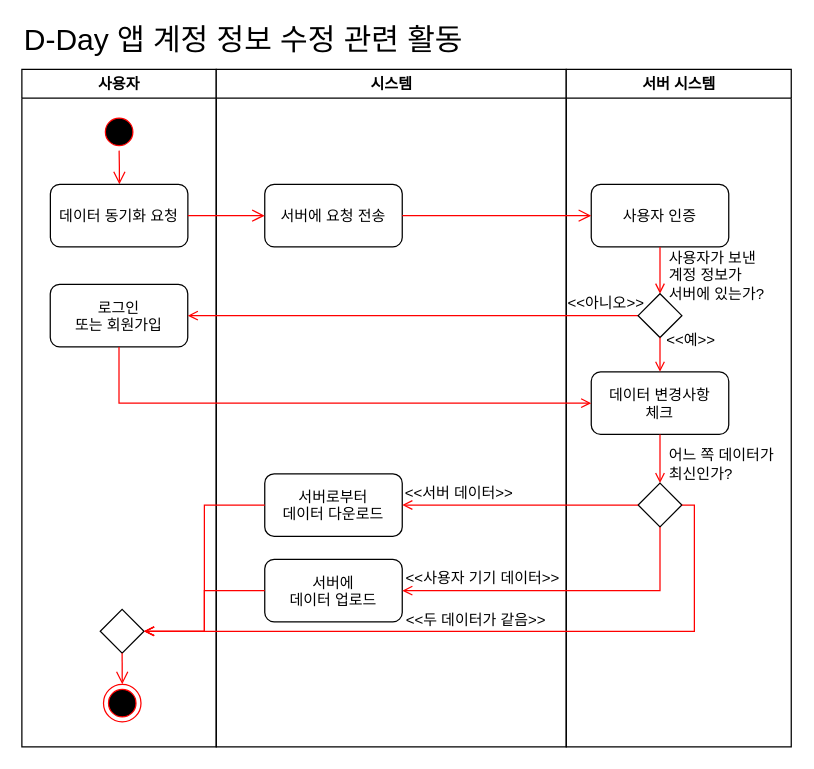
Earlier version of the draw.io diagram activity diagram - userinfoupdate.drawio (baechuTree/softwareEngineering). Source tidied: cells renumbered, new cells numbered last; positions are measured from the earlier drawing's top-left corner, leaving out a move shared by most shapes. Both pictures are drawn from the tidied source at 125%, with x=0, y=0 at pixel (21, 21).
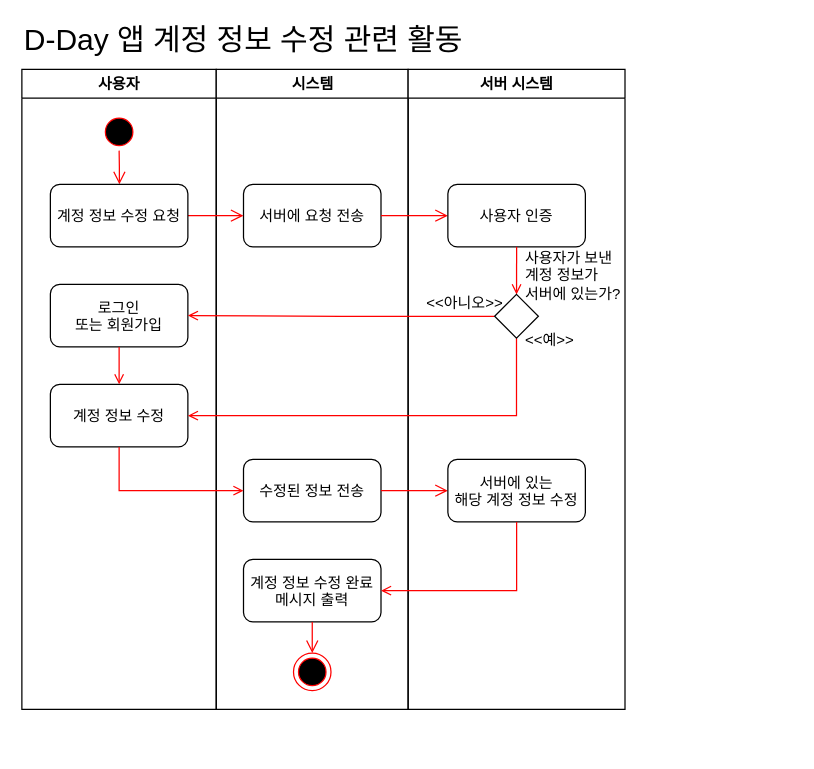
After the change.

The edit, as a diff of the source:
```diff
@@
     <mxCell id="2" value="사용자" style="swimlane;whiteSpace=wrap;startSize=23;" parent="1" vertex="1">
-      <mxGeometry y="38" width="155.5" height="542" as="geometry" />
+      <mxGeometry y="38" width="155.5" height="512" as="geometry" />
     </mxCell>
+    <mxCell id="20" value="계정 정보 수정" style="rounded=1;" parent="2" vertex="1">
+      <mxGeometry x="22.8" y="252" width="110" height="50" as="geometry" />
+    </mxCell>
+    <mxCell id="25" value="로그인&#10;또는 회원가입" style="rounded=1;" parent="2" vertex="1">
+      <mxGeometry x="22.8" y="172" width="110" height="50" as="geometry" />
+    </mxCell>
+    <mxCell id="28" style="rounded=0;jettySize=auto;html=1;endArrow=open;endFill=0;strokeColor=#FF0000;exitX=0.5;exitY=1;exitDx=0;exitDy=0;entryX=0.5;entryY=0;entryDx=0;entryDy=0;" parent="2" edge="1" source="25" target="20">
+      <mxGeometry relative="1" as="geometry" />
+    </mxCell>
+    <mxCell id="6" value="시스템" style="swimlane;whiteSpace=wrap;" parent="1" vertex="1">
+      <mxGeometry x="155.5" y="38" width="153.5" height="512" as="geometry" />
+    </mxCell>
+    <mxCell id="7" value="서버에 요청 전송" style="rounded=1;" parent="6" vertex="1">
+      <mxGeometry x="21.8" y="92" width="110" height="50" as="geometry" />
+    </mxCell>
+    <mxCell id="39" value="수정된 정보 전송" style="rounded=1;" parent="6" vertex="1">
+      <mxGeometry x="21.8" y="312" width="110" height="50" as="geometry" />
+    </mxCell>
+    <mxCell id="40" style="ellipse;shape=endState;fillColor=#000000;strokeColor=#ff0000;" parent="6" vertex="1">
+      <mxGeometry x="61.8" y="467" width="30" height="30" as="geometry" />
+    </mxCell>
+    <mxCell id="41" value="계정 정보 수정 완료&#10;메시지 출력" style="rounded=1;" parent="6" vertex="1">
+      <mxGeometry x="21.8" y="392" width="110" height="50" as="geometry" />
+    </mxCell>
+    <mxCell id="42" style="edgeStyle=none;curved=1;rounded=0;jettySize=auto;html=1;fontSize=12;startSize=8;endSize=8;strokeColor=#FF0000;endArrow=open;endFill=0;entryX=0.5;entryY=0;entryDx=0;entryDy=0;exitX=0.5;exitY=1;exitDx=0;exitDy=0;" parent="6" edge="1" source="41" target="40">
+      <mxGeometry relative="1" as="geometry" />
+    </mxCell>
+    <mxCell id="18" value="D-Day 앱 계정 정보 수정 관련 활동" style="text;html=1;align=left;verticalAlign=middle;whiteSpace=wrap;rounded=0;fontSize=24;" parent="1" vertex="1">
+      <mxGeometry width="385.5" height="30" as="geometry" />
+    </mxCell>
+    <mxCell id="19" value="서버 시스템" style="swimlane;whiteSpace=wrap;startSize=23;" parent="1" vertex="1">
+      <mxGeometry x="309" y="38" width="173.5" height="512" as="geometry" />
+    </mxCell>
+    <mxCell id="34" style="edgeStyle=none;curved=1;rounded=0;jettySize=auto;html=1;fontSize=12;startSize=8;endSize=8;strokeColor=#FF0000;endArrow=open;endFill=0;entryX=0;entryY=0.5;entryDx=0;entryDy=0;" parent="1" edge="1" source="5" target="7">
+      <mxGeometry relative="1" as="geometry" />
+    </mxCell>
+    <mxCell id="35" style="edgeStyle=none;curved=1;rounded=0;jettySize=auto;html=1;fontSize=12;startSize=8;endSize=8;strokeColor=#FF0000;endArrow=open;endFill=0;entryX=0;entryY=0.5;entryDx=0;entryDy=0;exitX=1;exitY=0.5;exitDx=0;exitDy=0;" parent="1" edge="1" source="7" target="22">
+      <mxGeometry relative="1" as="geometry" />
+    </mxCell>
+    <mxCell id="26" style="edgeStyle=orthogonalEdgeStyle;rounded=0;jettySize=auto;html=1;endArrow=open;endFill=0;strokeColor=#FF0000;entryX=1;entryY=0.5;entryDx=0;entryDy=0;exitX=0;exitY=0.5;exitDx=0;exitDy=0;" parent="1" edge="1" source="29" target="25">
+      <mxGeometry relative="1" as="geometry" />
+    </mxCell>
+    <mxCell id="33" style="endArrow=open;strokeColor=#FF0000;endFill=1;rounded=0;exitX=0.5;exitY=1;exitDx=0;exitDy=0;entryX=1;entryY=0.5;entryDx=0;entryDy=0;edgeStyle=orthogonalEdgeStyle;" parent="1" edge="1" source="29" target="20">
+      <mxGeometry relative="1" as="geometry" />
+    </mxCell>
-    <mxCell id="3" style="ellipse;shape=startState;fillColor=#000000;strokeColor=#ff0000;" parent="2" vertex="1">
-      <mxGeometry x="62.8" y="35" width="30" height="30" as="geometry" />
+    <mxCell id="3" style="ellipse;shape=startState;fillColor=#000000;strokeColor=#ff0000;" parent="1" vertex="1">
+      <mxGeometry x="62.8" y="73" width="30" height="30" as="geometry" />
     </mxCell>
-    <mxCell id="4" style="edgeStyle=elbowEdgeStyle;elbow=horizontal;verticalAlign=bottom;endArrow=open;endSize=8;strokeColor=#FF0000;endFill=1;rounded=0;" parent="2" edge="1" source="3" target="5">
-      <mxGeometry x="90" y="40" as="geometry" />
+    <mxCell id="4" style="edgeStyle=elbowEdgeStyle;elbow=horizontal;verticalAlign=bottom;endArrow=open;endSize=8;strokeColor=#FF0000;endFill=1;rounded=0;" parent="1" edge="1" source="3" target="5">
+      <mxGeometry x="191" y="158" as="geometry" />
     </mxCell>
-    <mxCell id="5" value="데이터 동기화 요청" style="rounded=1;" parent="2" vertex="1">
-      <mxGeometry x="22.8" y="92" width="110" height="50" as="geometry" />
+    <mxCell id="5" value="계정 정보 수정 요청" style="rounded=1;" parent="1" vertex="1">
+      <mxGeometry x="22.8" y="130" width="110" height="50" as="geometry" />
     </mxCell>
-    <mxCell id="6" value="시스템" style="swimlane;whiteSpace=wrap;" parent="1" vertex="1">
-      <mxGeometry x="155.5" y="38" width="280" height="542" as="geometry" />
-    </mxCell>
-    <mxCell id="7" value="서버에 요청 전송" style="rounded=1;" parent="6" vertex="1">
-      <mxGeometry x="38.8" y="92" width="110" height="50" as="geometry" />
-    </mxCell>
-    <mxCell id="8" style="ellipse;shape=endState;fillColor=#000000;strokeColor=#ff0000;" parent="6" vertex="1">
-      <mxGeometry x="-90.2" y="492" width="30" height="30" as="geometry" />
-    </mxCell>
-    <mxCell id="9" style="rhombus;whiteSpace=wrap;html=1;" parent="6" vertex="1">
-      <mxGeometry x="-92.8" y="432" width="35" height="35" as="geometry" />
-    </mxCell>
-    <mxCell id="10" style="rounded=0;jettySize=auto;html=1;fontSize=12;startSize=8;endSize=8;strokeColor=#FF0000;endArrow=open;endFill=0;exitX=0.5;exitY=1;exitDx=0;exitDy=0;entryX=0.5;entryY=0;entryDx=0;entryDy=0;" parent="6" edge="1" source="9" target="8">
-      <mxGeometry relative="1" as="geometry" />
-    </mxCell>
-    <mxCell id="11" value="&amp;lt;&amp;lt;두 데이터가 같음&amp;gt;&amp;gt;" style="text;html=1;align=center;verticalAlign=middle;whiteSpace=wrap;rounded=0;" parent="6" vertex="1">
-      <mxGeometry x="149.8" y="426" width="117" height="30" as="geometry" />
-    </mxCell>
-    <mxCell id="12" value="서버에&#10;데이터 업로드" style="rounded=1;" parent="6" vertex="1">
-      <mxGeometry x="38.8" y="392" width="110" height="50" as="geometry" />
-    </mxCell>
-    <mxCell id="13" value="&amp;lt;&amp;lt;사용자 기기 데이터&amp;gt;&amp;gt;" style="text;html=1;align=center;verticalAlign=middle;whiteSpace=wrap;rounded=0;" parent="6" vertex="1">
-      <mxGeometry x="148.8" y="392" width="130" height="30" as="geometry" />
-    </mxCell>
-    <mxCell id="14" style="endArrow=open;strokeColor=#FF0000;endFill=1;rounded=0;entryX=1;entryY=0.5;entryDx=0;entryDy=0;exitX=0;exitY=0.5;exitDx=0;exitDy=0;edgeStyle=orthogonalEdgeStyle;" parent="6" edge="1" source="12" target="9">
-      <mxGeometry relative="1" as="geometry" />
-    </mxCell>
-    <mxCell id="15" value="서버로부터&#10;데이터 다운로드" style="rounded=1;" parent="6" vertex="1">
-      <mxGeometry x="38.8" y="323.5" width="110" height="50" as="geometry" />
-    </mxCell>
-    <mxCell id="16" style="endArrow=open;strokeColor=#FF0000;endFill=1;rounded=0;entryX=1;entryY=0.5;entryDx=0;entryDy=0;exitX=0;exitY=0.5;exitDx=0;exitDy=0;edgeStyle=orthogonalEdgeStyle;" parent="6" edge="1" source="15" target="9">
-      <mxGeometry relative="1" as="geometry" />
-    </mxCell>
-    <mxCell id="17" value="&amp;lt;&amp;lt;서버 데이터&amp;gt;&amp;gt;" style="text;html=1;align=center;verticalAlign=middle;whiteSpace=wrap;rounded=0;" parent="6" vertex="1">
-      <mxGeometry x="149.8" y="323.5" width="90" height="30" as="geometry" />
-    </mxCell>
-    <mxCell id="18" value="D-Day 앱 계정 정보 수정 관련 활동" style="text;html=1;align=left;verticalAlign=middle;whiteSpace=wrap;rounded=0;fontSize=24;" parent="1" vertex="1">
-      <mxGeometry width="385.5" height="30" as="geometry" />
-    </mxCell>
-    <mxCell id="19" value="서버 시스템" style="swimlane;whiteSpace=wrap;startSize=23;" parent="1" vertex="1">
-      <mxGeometry x="435.5" y="38" width="180" height="542" as="geometry" />
-    </mxCell>
-    <mxCell id="20" value="데이터 변경사항&#10;체크" style="rounded=1;" parent="19" vertex="1">
-      <mxGeometry x="20" y="242" width="110" height="50" as="geometry" />
-    </mxCell>
-    <mxCell id="21" style="endArrow=open;strokeColor=#FF0000;endFill=1;rounded=0;entryX=0.5;entryY=0;entryDx=0;entryDy=0;exitX=0.25;exitY=1;exitDx=0;exitDy=0;" parent="19" edge="1" target="31">
-      <mxGeometry relative="1" as="geometry">
-        <mxPoint x="75" y="292" as="sourcePoint" />
-      </mxGeometry>
-    </mxCell>
+    <mxCell id="43" style="endArrow=open;strokeColor=#FF0000;endFill=1;rounded=0;exitX=0.5;exitY=1;exitDx=0;exitDy=0;entryX=0;entryY=0.5;entryDx=0;entryDy=0;edgeStyle=orthogonalEdgeStyle;" parent="1" edge="1" source="20" target="39">
+      <mxGeometry relative="1" as="geometry">
+        <Array as="points">
+          <mxPoint x="78" y="375" />
+        </Array>
+      </mxGeometry>
+    </mxCell>
+    <mxCell id="44" style="edgeStyle=none;curved=1;rounded=0;jettySize=auto;html=1;fontSize=12;startSize=8;endSize=8;strokeColor=#FF0000;endArrow=open;endFill=0;entryX=0;entryY=0.5;entryDx=0;entryDy=0;exitX=1;exitY=0.5;exitDx=0;exitDy=0;" parent="1" edge="1" source="39" target="45">
+      <mxGeometry relative="1" as="geometry" />
+    </mxCell>
+    <mxCell id="45" value="서버에 있는&#10;해당 계정 정보 수정" style="rounded=1;" parent="1" vertex="1">
+      <mxGeometry x="340.8" y="350" width="110" height="50" as="geometry" />
+    </mxCell>
-    <mxCell id="22" value="사용자 인증" style="rounded=1;" parent="19" vertex="1">
-      <mxGeometry x="20" y="92" width="110" height="50" as="geometry" />
+    <mxCell id="22" value="사용자 인증" style="rounded=1;" parent="1" vertex="1">
+      <mxGeometry x="340.8" y="130" width="110" height="50" as="geometry" />
     </mxCell>
-    <mxCell id="23" value="&lt;div&gt;사용자가 보낸&lt;/div&gt;&lt;div&gt;계정 정보가&lt;/div&gt;&lt;div&gt;서버에 있는가?&lt;/div&gt;" style="text;html=1;align=left;verticalAlign=middle;whiteSpace=wrap;rounded=0;" parent="19" vertex="1">
-      <mxGeometry x="80" y="150" width="90" height="30" as="geometry" />
+    <mxCell id="23" value="&lt;div&gt;사용자가 보낸&lt;/div&gt;&lt;div&gt;계정 정보가&lt;/div&gt;&lt;div&gt;서버에 있는가?&lt;/div&gt;" style="text;html=1;align=left;verticalAlign=middle;whiteSpace=wrap;rounded=0;" parent="1" vertex="1">
+      <mxGeometry x="401" y="188" width="90" height="30" as="geometry" />
     </mxCell>
-    <mxCell id="24" style="endArrow=open;strokeColor=#FF0000;endFill=1;rounded=0;exitX=0.5;exitY=1;exitDx=0;exitDy=0;" parent="19" edge="1" source="22" target="29">
+    <mxCell id="24" style="endArrow=open;strokeColor=#FF0000;endFill=1;rounded=0;exitX=0.5;exitY=1;exitDx=0;exitDy=0;" parent="1" edge="1" source="22" target="29">
       <mxGeometry relative="1" as="geometry" />
     </mxCell>
-    <mxCell id="25" value="로그인&#10;또는 회원가입" style="rounded=1;" parent="19" vertex="1">
-      <mxGeometry x="-412.8" y="172" width="110" height="50" as="geometry" />
-    </mxCell>
-    <mxCell id="26" style="edgeStyle=orthogonalEdgeStyle;rounded=0;jettySize=auto;html=1;endArrow=open;endFill=0;strokeColor=#FF0000;entryX=1;entryY=0.5;entryDx=0;entryDy=0;exitX=0;exitY=0.5;exitDx=0;exitDy=0;" parent="19" edge="1" source="29" target="25">
-      <mxGeometry relative="1" as="geometry" />
-    </mxCell>
-    <mxCell id="27" value="&amp;lt;&amp;lt;아니오&amp;gt;&amp;gt;" style="text;html=1;align=left;verticalAlign=middle;whiteSpace=wrap;rounded=0;" parent="19" vertex="1">
-      <mxGeometry x="-1" y="172" width="70" height="30" as="geometry" />
+    <mxCell id="27" value="&amp;lt;&amp;lt;아니오&amp;gt;&amp;gt;" style="text;html=1;align=left;verticalAlign=middle;whiteSpace=wrap;rounded=0;" parent="1" vertex="1">
+      <mxGeometry x="321.5" y="210" width="70" height="30" as="geometry" />
     </mxCell>
-    <mxCell id="28" style="edgeStyle=orthogonalEdgeStyle;rounded=0;jettySize=auto;html=1;endArrow=open;endFill=0;strokeColor=#FF0000;exitX=0.5;exitY=1;exitDx=0;exitDy=0;entryX=0;entryY=0.5;entryDx=0;entryDy=0;" parent="19" edge="1" source="25" target="20">
-      <mxGeometry relative="1" as="geometry" />
-    </mxCell>
-    <mxCell id="29" style="rhombus;whiteSpace=wrap;html=1;" parent="19" vertex="1">
-      <mxGeometry x="57.5" y="179.5" width="35" height="35" as="geometry" />
+    <mxCell id="29" style="rhombus;whiteSpace=wrap;html=1;" parent="1" vertex="1">
+      <mxGeometry x="378.2" y="218" width="35" height="35" as="geometry" />
     </mxCell>
-    <mxCell id="30" value="&amp;lt;&amp;lt;예&amp;gt;&amp;gt;" style="text;html=1;align=left;verticalAlign=middle;whiteSpace=wrap;rounded=0;" parent="19" vertex="1">
-      <mxGeometry x="78.5" y="202" width="60" height="30" as="geometry" />
+    <mxCell id="30" value="&amp;lt;&amp;lt;예&amp;gt;&amp;gt;" style="text;html=1;align=left;verticalAlign=middle;whiteSpace=wrap;rounded=0;" parent="1" vertex="1">
+      <mxGeometry x="401" y="240" width="60" height="30" as="geometry" />
     </mxCell>
-    <mxCell id="31" style="rhombus;whiteSpace=wrap;html=1;" parent="19" vertex="1">
-      <mxGeometry x="57.5" y="331" width="35" height="35" as="geometry" />
-    </mxCell>
-    <mxCell id="32" value="어느 쪽 데이터가&lt;div&gt;최신인가?&lt;/div&gt;" style="text;html=1;align=left;verticalAlign=middle;whiteSpace=wrap;rounded=0;" parent="19" vertex="1">
-      <mxGeometry x="80.5" y="301" width="89.5" height="30" as="geometry" />
-    </mxCell>
-    <mxCell id="33" style="endArrow=open;strokeColor=#FF0000;endFill=1;rounded=0;exitX=0.5;exitY=1;exitDx=0;exitDy=0;entryX=0.5;entryY=0;entryDx=0;entryDy=0;" parent="19" edge="1" source="29" target="20">
-      <mxGeometry relative="1" as="geometry" />
-    </mxCell>
-    <mxCell id="34" style="edgeStyle=none;curved=1;rounded=0;jettySize=auto;html=1;fontSize=12;startSize=8;endSize=8;strokeColor=#FF0000;endArrow=open;endFill=0;entryX=0;entryY=0.5;entryDx=0;entryDy=0;" parent="1" edge="1" source="5" target="7">
-      <mxGeometry relative="1" as="geometry" />
-    </mxCell>
-    <mxCell id="35" style="edgeStyle=none;curved=1;rounded=0;jettySize=auto;html=1;fontSize=12;startSize=8;endSize=8;strokeColor=#FF0000;endArrow=open;endFill=0;entryX=0;entryY=0.5;entryDx=0;entryDy=0;exitX=1;exitY=0.5;exitDx=0;exitDy=0;" parent="1" edge="1" source="7" target="22">
-      <mxGeometry relative="1" as="geometry" />
-    </mxCell>
-    <mxCell id="36" style="endArrow=open;strokeColor=#FF0000;endFill=1;rounded=0;entryX=1;entryY=0.5;entryDx=0;entryDy=0;exitX=1;exitY=0.5;exitDx=0;exitDy=0;edgeStyle=orthogonalEdgeStyle;" parent="1" edge="1" source="31" target="9">
-      <mxGeometry relative="1" as="geometry" />
-    </mxCell>
-    <mxCell id="37" style="endArrow=open;strokeColor=#FF0000;endFill=1;rounded=0;entryX=1;entryY=0.5;entryDx=0;entryDy=0;exitX=0.5;exitY=1;exitDx=0;exitDy=0;edgeStyle=orthogonalEdgeStyle;" parent="1" edge="1" source="31" target="12">
-      <mxGeometry relative="1" as="geometry" />
-    </mxCell>
-    <mxCell id="38" style="endArrow=open;strokeColor=#FF0000;endFill=1;rounded=0;entryX=1;entryY=0.5;entryDx=0;entryDy=0;exitX=0;exitY=0.5;exitDx=0;exitDy=0;edgeStyle=orthogonalEdgeStyle;" parent="1" edge="1" source="31" target="15">
-      <mxGeometry relative="1" as="geometry" />
-    </mxCell>
+    <mxCell id="46" style="endArrow=open;strokeColor=#FF0000;endFill=1;rounded=0;exitX=0.5;exitY=1;exitDx=0;exitDy=0;entryX=1;entryY=0.5;entryDx=0;entryDy=0;edgeStyle=orthogonalEdgeStyle;" parent="1" edge="1" source="45" target="41">
+      <mxGeometry relative="1" as="geometry" />
+    </mxCell>
```
